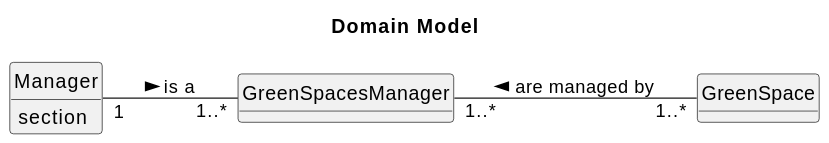
Paulo-Pereira-at-ISEP/lei-24-s2-1nanb-g321 keeps this PlantUML diagram as docs/sprintC/us27/02.analysis/svg/us27-domain-model.svg. Above is the earlier version.
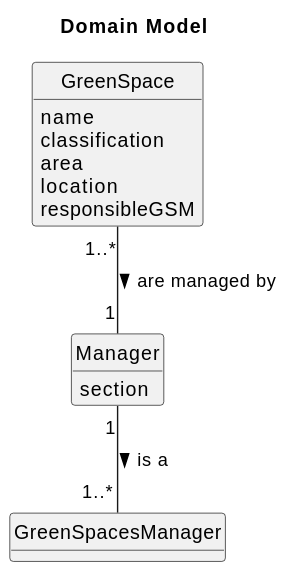
After the change.

What changed in the source:
```diff
@@ -3,7 +3,6 @@
 skinparam packageStyle rectangle
 skinparam shadowing false
 
-left to right direction
 
 skinparam classAttributeIconSize 0
 
@@ -21,10 +20,14 @@
 }
 
 class GreenSpace {
-
+    name
+    classification
+    area
+    location
+    responsibleGSM
 }
 
 Manager "1" -- "1..*" GreenSpacesManager: is a >
 
-GreenSpace "1..*" --up "1..*" GreenSpacesManager: are managed by >
+GreenSpace "1..*" -- "1" Manager: are managed by >
 @enduml
```
